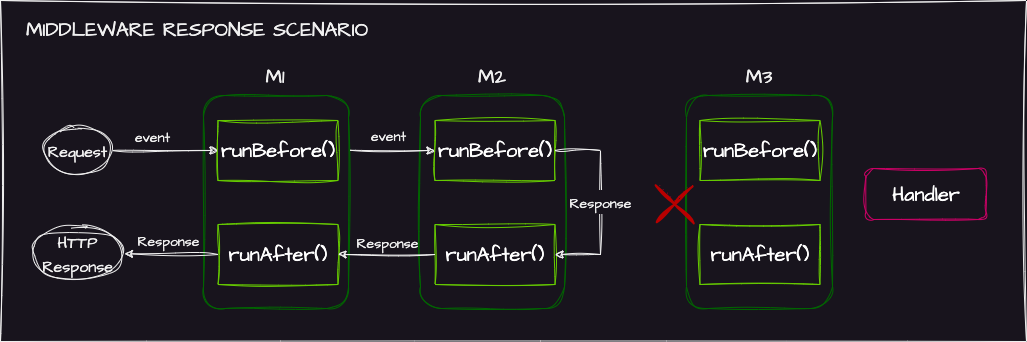
This is docs/images/middleware-scenario-2.drawio.png from AntL4b/anthill-framework, a draw.io export, as it was before one commit. Source tidied: cells renumbered, new cells last; positions are measured from the earlier drawing's top-left corner, leaving out a move shared by most shapes. The source it was exported from:
```xml
<mxGraphModel>
  <root>
    <mxCell id="0" />
    <mxCell id="1" parent="0" />
    <mxCell id="2" style="rounded=0;whiteSpace=wrap;html=1;sketch=1;hachureGap=4;jiggle=2;curveFitting=1;fontFamily=Architects Daughter;fontSource=https%3A%2F%2Ffonts.googleapis.com%2Fcss%3Ffamily%3DArchitects%2BDaughter;fontSize=20;" parent="1" vertex="1">
      <mxGeometry width="1026" height="341" as="geometry" />
    </mxCell>
    <mxCell id="3" style="rounded=1;whiteSpace=wrap;html=1;sketch=1;hachureGap=4;jiggle=2;curveFitting=1;fontFamily=Architects Daughter;fontSource=https%3A%2F%2Ffonts.googleapis.com%2Fcss%3Ffamily%3DArchitects%2BDaughter;fontSize=20;fillColor=none;fontColor=#ffffff;strokeColor=#006600;" parent="1" vertex="1">
      <mxGeometry x="420" y="95" width="144" height="213" as="geometry" />
    </mxCell>
    <mxCell id="4" value="Handler" style="rounded=1;whiteSpace=wrap;html=1;sketch=1;hachureGap=4;jiggle=2;curveFitting=1;fontFamily=Architects Daughter;fontSource=https%3A%2F%2Ffonts.googleapis.com%2Fcss%3Ffamily%3DArchitects%2BDaughter;fontSize=20;fillColor=none;fontColor=#FFFFFF;strokeColor=#CC0066;" parent="1" vertex="1">
      <mxGeometry x="865.5" y="168" width="120" height="51" as="geometry" />
    </mxCell>
    <mxCell id="5" value="&lt;font color=&quot;#ffffff&quot;&gt;runBefore()&lt;/font&gt;" style="rounded=0;whiteSpace=wrap;html=1;sketch=1;hachureGap=4;jiggle=2;curveFitting=1;fontFamily=Architects Daughter;fontSource=https%3A%2F%2Ffonts.googleapis.com%2Fcss%3Ffamily%3DArchitects%2BDaughter;fontSize=20;fillColor=none;fontColor=#000000;strokeColor=#66CC00;" parent="1" vertex="1">
      <mxGeometry x="434.5" y="120" width="120" height="60" as="geometry" />
    </mxCell>
    <mxCell id="6" value="runAfter()" style="rounded=0;whiteSpace=wrap;html=1;sketch=1;hachureGap=4;jiggle=2;curveFitting=1;fontFamily=Architects Daughter;fontSource=https%3A%2F%2Ffonts.googleapis.com%2Fcss%3Ffamily%3DArchitects%2BDaughter;fontSize=20;fillColor=none;fontColor=#FFFFFF;strokeColor=#66CC00;" parent="1" vertex="1">
      <mxGeometry x="434.5" y="224" width="120" height="60" as="geometry" />
    </mxCell>
    <mxCell id="7" value="M2" style="text;html=1;strokeColor=none;fillColor=none;align=center;verticalAlign=middle;whiteSpace=wrap;rounded=0;fontSize=20;fontFamily=Architects Daughter;" parent="1" vertex="1">
      <mxGeometry x="432" y="61" width="120" height="30" as="geometry" />
    </mxCell>
    <mxCell id="8" value="MIDDLEWARE RESPONSE SCENARIO" style="text;html=1;strokeColor=none;fillColor=none;align=center;verticalAlign=middle;whiteSpace=wrap;rounded=0;fontSize=20;fontFamily=Architects Daughter;" parent="1" vertex="1">
      <mxGeometry x="16" y="14" width="362" height="30" as="geometry" />
    </mxCell>
    <mxCell id="9" style="rounded=1;whiteSpace=wrap;html=1;sketch=1;hachureGap=4;jiggle=2;curveFitting=1;fontFamily=Architects Daughter;fontSource=https%3A%2F%2Ffonts.googleapis.com%2Fcss%3Ffamily%3DArchitects%2BDaughter;fontSize=20;fillColor=none;fontColor=#ffffff;strokeColor=#006600;" parent="1" vertex="1">
      <mxGeometry x="203" y="95" width="145" height="213" as="geometry" />
    </mxCell>
    <mxCell id="10" value="&lt;font color=&quot;#ffffff&quot;&gt;runBefore()&lt;/font&gt;" style="rounded=0;whiteSpace=wrap;html=1;sketch=1;hachureGap=4;jiggle=2;curveFitting=1;fontFamily=Architects Daughter;fontSource=https%3A%2F%2Ffonts.googleapis.com%2Fcss%3Ffamily%3DArchitects%2BDaughter;fontSize=20;fillColor=none;fontColor=#000000;strokeColor=#66CC00;" parent="1" vertex="1">
      <mxGeometry x="217.5" y="120" width="120" height="60" as="geometry" />
    </mxCell>
    <mxCell id="11" value="runAfter()" style="rounded=0;whiteSpace=wrap;html=1;sketch=1;hachureGap=4;jiggle=2;curveFitting=1;fontFamily=Architects Daughter;fontSource=https%3A%2F%2Ffonts.googleapis.com%2Fcss%3Ffamily%3DArchitects%2BDaughter;fontSize=20;fillColor=none;fontColor=#FFFFFF;strokeColor=#66CC00;" parent="1" vertex="1">
      <mxGeometry x="217.5" y="224" width="120" height="60" as="geometry" />
    </mxCell>
    <mxCell id="12" value="M1" style="text;html=1;strokeColor=none;fillColor=none;align=center;verticalAlign=middle;whiteSpace=wrap;rounded=0;fontSize=20;fontFamily=Architects Daughter;" parent="1" vertex="1">
      <mxGeometry x="215.5" y="61" width="120" height="30" as="geometry" />
    </mxCell>
    <mxCell id="13" style="rounded=1;whiteSpace=wrap;html=1;sketch=1;hachureGap=4;jiggle=2;curveFitting=1;fontFamily=Architects Daughter;fontSource=https%3A%2F%2Ffonts.googleapis.com%2Fcss%3Ffamily%3DArchitects%2BDaughter;fontSize=20;fillColor=none;fontColor=#ffffff;strokeColor=#006600;" parent="1" vertex="1">
      <mxGeometry x="686" y="95" width="146" height="213" as="geometry" />
    </mxCell>
    <mxCell id="14" value="&lt;font color=&quot;#ffffff&quot;&gt;runBefore()&lt;/font&gt;" style="rounded=0;whiteSpace=wrap;html=1;sketch=1;hachureGap=4;jiggle=2;curveFitting=1;fontFamily=Architects Daughter;fontSource=https%3A%2F%2Ffonts.googleapis.com%2Fcss%3Ffamily%3DArchitects%2BDaughter;fontSize=20;fillColor=none;fontColor=#000000;strokeColor=#66CC00;" parent="1" vertex="1">
      <mxGeometry x="699.5" y="120" width="120" height="60" as="geometry" />
    </mxCell>
    <mxCell id="15" value="runAfter()" style="rounded=0;whiteSpace=wrap;html=1;sketch=1;hachureGap=4;jiggle=2;curveFitting=1;fontFamily=Architects Daughter;fontSource=https%3A%2F%2Ffonts.googleapis.com%2Fcss%3Ffamily%3DArchitects%2BDaughter;fontSize=20;fillColor=none;fontColor=#FFFFFF;strokeColor=#66CC00;" parent="1" vertex="1">
      <mxGeometry x="699.5" y="224" width="120" height="60" as="geometry" />
    </mxCell>
    <mxCell id="16" value="M3" style="text;html=1;strokeColor=none;fillColor=none;align=center;verticalAlign=middle;whiteSpace=wrap;rounded=0;fontSize=20;fontFamily=Architects Daughter;" parent="1" vertex="1">
      <mxGeometry x="699" y="61" width="120" height="30" as="geometry" />
    </mxCell>
    <mxCell id="17" style="endArrow=classic;html=1;rounded=0;sketch=1;hachureGap=4;jiggle=2;curveFitting=1;fontFamily=Architects Daughter;fontSource=https%3A%2F%2Ffonts.googleapis.com%2Fcss%3Ffamily%3DArchitects%2BDaughter;fontSize=16;entryX=0;entryY=0.5;entryDx=0;entryDy=0;exitX=1;exitY=0.5;exitDx=0;exitDy=0;" parent="1" edge="1" source="19" target="10">
      <mxGeometry relative="1" as="geometry" />
    </mxCell>
    <mxCell id="18" value="&lt;font style=&quot;font-size: 14px;&quot;&gt;event&lt;/font&gt;" style="edgeLabel;html=1;align=center;verticalAlign=middle;fontSize=20;fontFamily=Architects Daughter;" parent="17" vertex="1">
      <mxGeometry x="-0.54" y="-2" relative="1" as="geometry">
        <mxPoint x="17" y="-18" as="offset" />
      </mxGeometry>
    </mxCell>
    <mxCell id="19" value="&lt;font style=&quot;font-size: 16px;&quot;&gt;Request&lt;/font&gt;" style="ellipse;whiteSpace=wrap;html=1;sketch=1;hachureGap=4;jiggle=2;curveFitting=1;fontFamily=Architects Daughter;fontSource=https%3A%2F%2Ffonts.googleapis.com%2Fcss%3Ffamily%3DArchitects%2BDaughter;fontSize=20;" parent="1" vertex="1">
      <mxGeometry x="44" y="125.5" width="67" height="49" as="geometry" />
    </mxCell>
    <mxCell id="20" style="endArrow=classic;html=1;rounded=0;sketch=1;hachureGap=4;jiggle=2;curveFitting=1;fontFamily=Architects Daughter;fontSource=https%3A%2F%2Ffonts.googleapis.com%2Fcss%3Ffamily%3DArchitects%2BDaughter;fontSize=16;exitX=0;exitY=0.5;exitDx=0;exitDy=0;entryX=1;entryY=0.5;entryDx=0;entryDy=0;" parent="1" edge="1" source="6" target="11">
      <mxGeometry relative="1" as="geometry" />
    </mxCell>
    <mxCell id="21" value="&lt;font style=&quot;font-size: 14px;&quot;&gt;Response&lt;/font&gt;" style="edgeLabel;html=1;align=center;verticalAlign=middle;fontSize=20;fontFamily=Architects Daughter;" parent="20" vertex="1">
      <mxGeometry x="-0.22" y="-1" relative="1" as="geometry">
        <mxPoint x="-11" y="-13" as="offset" />
      </mxGeometry>
    </mxCell>
    <mxCell id="22" style="endArrow=classic;html=1;rounded=0;sketch=1;hachureGap=4;jiggle=2;curveFitting=1;fontFamily=Architects Daughter;fontSource=https%3A%2F%2Ffonts.googleapis.com%2Fcss%3Ffamily%3DArchitects%2BDaughter;fontSize=16;entryX=0;entryY=0.5;entryDx=0;entryDy=0;exitX=1;exitY=0.5;exitDx=0;exitDy=0;" parent="1" edge="1" target="5">
      <mxGeometry relative="1" as="geometry">
        <mxPoint x="349.5" y="149.8" as="sourcePoint" />
      </mxGeometry>
    </mxCell>
    <mxCell id="23" value="&lt;font style=&quot;font-size: 14px;&quot;&gt;event&lt;/font&gt;" style="edgeLabel;html=1;align=center;verticalAlign=middle;fontSize=20;fontFamily=Architects Daughter;" parent="22" vertex="1">
      <mxGeometry x="-0.54" y="-2" relative="1" as="geometry">
        <mxPoint x="18" y="-18" as="offset" />
      </mxGeometry>
    </mxCell>
    <mxCell id="24" style="endArrow=classic;html=1;rounded=0;sketch=1;hachureGap=4;jiggle=2;curveFitting=1;fontFamily=Architects Daughter;fontSource=https%3A%2F%2Ffonts.googleapis.com%2Fcss%3Ffamily%3DArchitects%2BDaughter;fontSize=16;exitX=1;exitY=0.5;exitDx=0;exitDy=0;entryX=1;entryY=0.5;entryDx=0;entryDy=0;" parent="1" edge="1" source="5" target="6">
      <mxGeometry relative="1" as="geometry">
        <Array as="points">
          <mxPoint x="600" y="150" />
          <mxPoint x="600" y="254" />
        </Array>
      </mxGeometry>
    </mxCell>
    <mxCell id="25" value="&lt;font style=&quot;font-size: 14px;&quot;&gt;Response&lt;/font&gt;" style="edgeLabel;html=1;align=center;verticalAlign=middle;fontSize=20;fontFamily=Architects Daughter;" parent="24" vertex="1">
      <mxGeometry x="-0.22" y="-1" relative="1" as="geometry">
        <mxPoint y="20" as="offset" />
      </mxGeometry>
    </mxCell>
    <mxCell id="26" value="&lt;font style=&quot;font-size: 16px;&quot;&gt;HTTP Response&lt;/font&gt;" style="ellipse;whiteSpace=wrap;html=1;sketch=1;hachureGap=4;jiggle=2;curveFitting=1;fontFamily=Architects Daughter;fontSource=https%3A%2F%2Ffonts.googleapis.com%2Fcss%3Ffamily%3DArchitects%2BDaughter;fontSize=20;" parent="1" vertex="1">
      <mxGeometry x="31" y="226.5" width="93" height="53.5" as="geometry" />
    </mxCell>
    <mxCell id="27" style="endArrow=classic;html=1;rounded=0;sketch=1;hachureGap=4;jiggle=2;curveFitting=1;fontFamily=Architects Daughter;fontSource=https%3A%2F%2Ffonts.googleapis.com%2Fcss%3Ffamily%3DArchitects%2BDaughter;fontSize=16;exitX=0;exitY=0.5;exitDx=0;exitDy=0;entryX=1;entryY=0.5;entryDx=0;entryDy=0;" parent="1" edge="1" source="11" target="26">
      <mxGeometry relative="1" as="geometry" />
    </mxCell>
    <mxCell id="28" value="&lt;font style=&quot;font-size: 14px;&quot;&gt;Response&lt;/font&gt;" style="edgeLabel;html=1;align=center;verticalAlign=middle;fontSize=20;fontFamily=Architects Daughter;" parent="27" vertex="1">
      <mxGeometry x="-0.22" y="-1" relative="1" as="geometry">
        <mxPoint x="-14" y="-14" as="offset" />
      </mxGeometry>
    </mxCell>
    <mxCell id="29" style="shape=cross;whiteSpace=wrap;html=1;sketch=1;hachureGap=4;jiggle=2;curveFitting=1;fontFamily=Architects Daughter;fontSource=https%3A%2F%2Ffonts.googleapis.com%2Fcss%3Ffamily%3DArchitects%2BDaughter;fontSize=20;direction=north;rotation=-45;fillColor=#a20025;fontColor=#ffffff;strokeColor=#B80000;size=0;strokeWidth=2;" parent="1" vertex="1">
      <mxGeometry x="648.8" y="176.8" width="50.9" height="53.9" as="geometry" />
    </mxCell>
  </root>
</mxGraphModel>
```
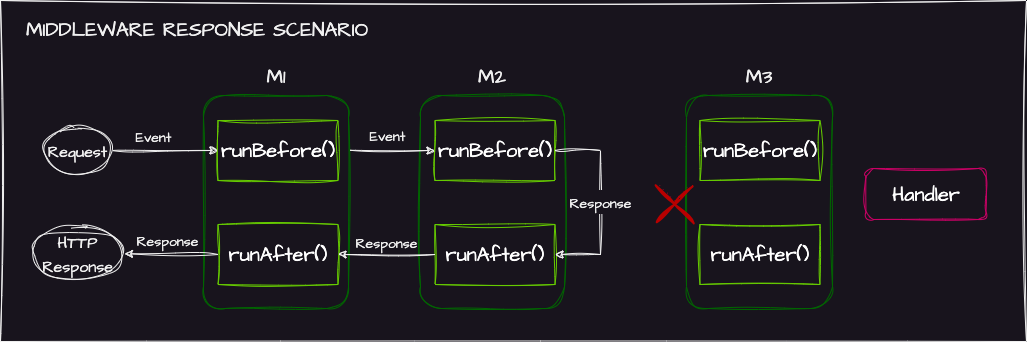
The same file after the commit.

The edit, as a diff of the source:
```diff
@@ -50,7 +50,7 @@
     <mxCell id="17" style="endArrow=classic;html=1;rounded=0;sketch=1;hachureGap=4;jiggle=2;curveFitting=1;fontFamily=Architects Daughter;fontSource=https%3A%2F%2Ffonts.googleapis.com%2Fcss%3Ffamily%3DArchitects%2BDaughter;fontSize=16;entryX=0;entryY=0.5;entryDx=0;entryDy=0;exitX=1;exitY=0.5;exitDx=0;exitDy=0;" parent="1" edge="1" source="19" target="10">
       <mxGeometry relative="1" as="geometry" />
     </mxCell>
-    <mxCell id="18" value="&lt;font style=&quot;font-size: 14px;&quot;&gt;event&lt;/font&gt;" style="edgeLabel;html=1;align=center;verticalAlign=middle;fontSize=20;fontFamily=Architects Daughter;" parent="17" vertex="1">
+    <mxCell id="18" value="&lt;font style=&quot;font-size: 14px;&quot;&gt;Event&lt;/font&gt;" style="edgeLabel;html=1;align=center;verticalAlign=middle;fontSize=20;fontFamily=Architects Daughter;" parent="17" vertex="1">
       <mxGeometry x="-0.54" y="-2" relative="1" as="geometry">
         <mxPoint x="17" y="-18" as="offset" />
       </mxGeometry>
@@ -71,7 +71,7 @@
         <mxPoint x="349.5" y="149.8" as="sourcePoint" />
       </mxGeometry>
     </mxCell>
-    <mxCell id="23" value="&lt;font style=&quot;font-size: 14px;&quot;&gt;event&lt;/font&gt;" style="edgeLabel;html=1;align=center;verticalAlign=middle;fontSize=20;fontFamily=Architects Daughter;" parent="22" vertex="1">
+    <mxCell id="23" value="&lt;font style=&quot;font-size: 14px;&quot;&gt;Event&lt;/font&gt;" style="edgeLabel;html=1;align=center;verticalAlign=middle;fontSize=20;fontFamily=Architects Daughter;" parent="22" vertex="1">
       <mxGeometry x="-0.54" y="-2" relative="1" as="geometry">
         <mxPoint x="18" y="-18" as="offset" />
       </mxGeometry>
```
